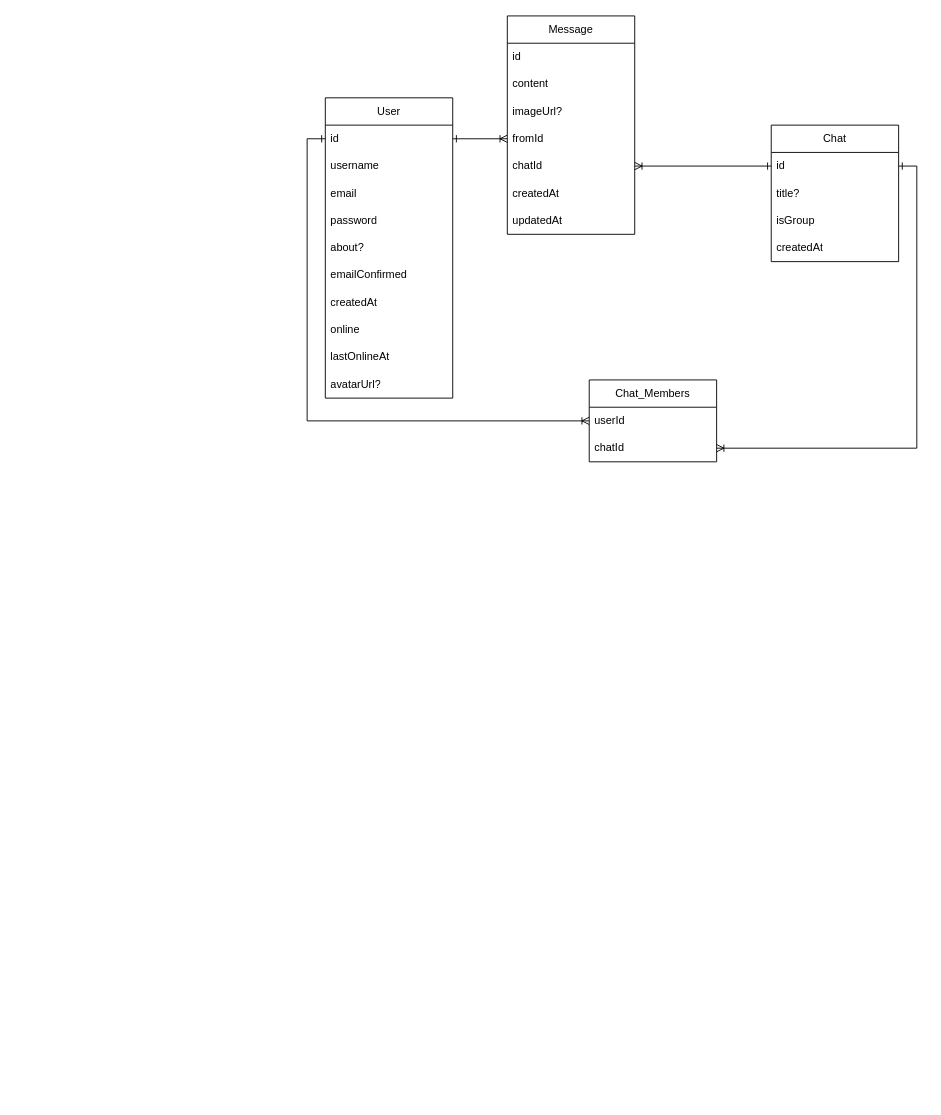
Above: DB_Diagram.drawio in SergeyBogomolovv/grekasgram (draw.io), before the change. Source tidied: cells renumbered, new cells numbered last; positions are measured from the earlier drawing's top-left corner, leaving out a move shared by most shapes. Both pictures are drawn from the tidied source at 91%, with x=0, y=0 at pixel (325, 15).
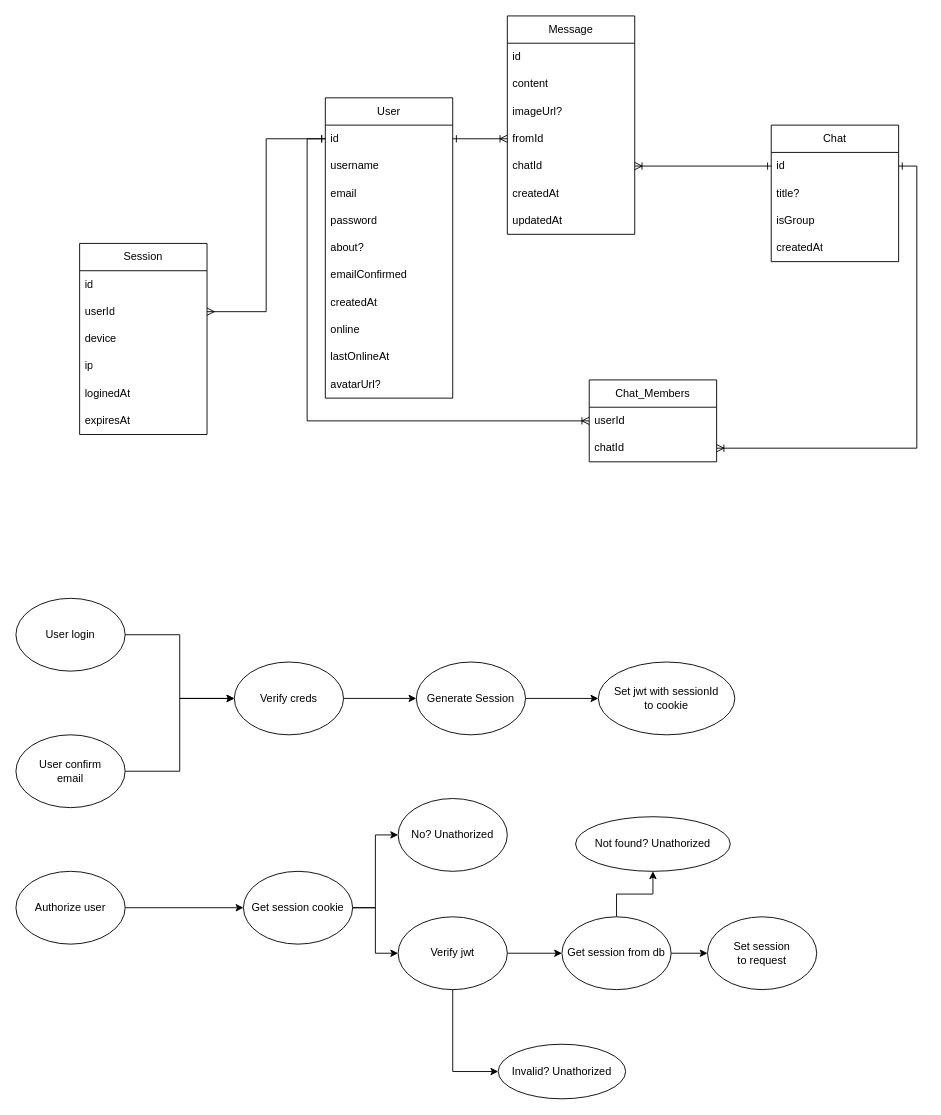
After the change.

The change refers to these unchanged cells:
```xml
<mxCell id="3" value="id" style="text;strokeColor=none;fillColor=none;align=left;verticalAlign=middle;spacingLeft=4;spacingRight=4;overflow=hidden;points=[[0,0.5],[1,0.5]];portConstraint=eastwest;whiteSpace=wrap;html=1;" parent="2" vertex="1">
  <mxGeometry y="30" width="140" height="30" as="geometry" />
</mxCell>
```

Change to the diagram source:
```diff
@@
+    <mxCell id="33" value="Session" style="swimlane;fontStyle=0;horizontal=1;startSize=30;whiteSpace=wrap;html=1;" parent="1" vertex="1">
+      <mxGeometry x="-270" y="250" width="140" height="210" as="geometry" />
+    </mxCell>
+    <mxCell id="34" value="id" style="text;strokeColor=none;fillColor=none;align=left;verticalAlign=middle;spacingLeft=4;spacingRight=4;overflow=hidden;whiteSpace=wrap;html=1;" parent="33" vertex="1">
+      <mxGeometry y="30" width="140" height="30" as="geometry" />
+    </mxCell>
+    <mxCell id="35" value="userId" style="text;strokeColor=none;fillColor=none;align=left;verticalAlign=middle;spacingLeft=4;spacingRight=4;overflow=hidden;points=[[0,0.5],[1,0.5]];portConstraint=eastwest;whiteSpace=wrap;html=1;" parent="33" vertex="1">
+      <mxGeometry y="60" width="140" height="30" as="geometry" />
+    </mxCell>
+    <mxCell id="36" value="device" style="text;strokeColor=none;fillColor=none;align=left;verticalAlign=middle;spacingLeft=4;spacingRight=4;overflow=hidden;whiteSpace=wrap;html=1;" parent="33" vertex="1">
+      <mxGeometry y="90" width="140" height="30" as="geometry" />
+    </mxCell>
+    <mxCell id="37" value="ip" style="text;strokeColor=none;fillColor=none;align=left;verticalAlign=middle;spacingLeft=4;spacingRight=4;overflow=hidden;whiteSpace=wrap;html=1;" parent="33" vertex="1">
+      <mxGeometry y="120" width="140" height="30" as="geometry" />
+    </mxCell>
+    <mxCell id="38" value="loginedAt" style="text;strokeColor=none;fillColor=none;align=left;verticalAlign=middle;spacingLeft=4;spacingRight=4;overflow=hidden;whiteSpace=wrap;html=1;" parent="33" vertex="1">
+      <mxGeometry y="150" width="140" height="30" as="geometry" />
+    </mxCell>
+    <mxCell id="39" value="expiresAt" style="text;strokeColor=none;fillColor=none;align=left;verticalAlign=middle;spacingLeft=4;spacingRight=4;overflow=hidden;whiteSpace=wrap;html=1;" parent="33" vertex="1">
+      <mxGeometry y="180" width="140" height="30" as="geometry" />
+    </mxCell>
+    <mxCell id="40" style="edgeStyle=orthogonalEdgeStyle;rounded=0;jettySize=auto;html=1;exitX=1;exitY=0.5;exitDx=0;exitDy=0;entryX=0;entryY=0.5;entryDx=0;entryDy=0;endArrow=ERone;endFill=0;startArrow=ERmany;startFill=0;" parent="1" edge="1" source="35" target="3">
+      <mxGeometry relative="1" as="geometry" />
+    </mxCell>
+    <mxCell id="41" style="edgeStyle=orthogonalEdgeStyle;rounded=0;jettySize=auto;html=1;exitX=1;exitY=0.5;exitDx=0;exitDy=0;entryX=0;entryY=0.5;entryDx=0;entryDy=0;" parent="1" edge="1" source="42" target="46">
+      <mxGeometry relative="1" as="geometry" />
+    </mxCell>
+    <mxCell id="42" value="User login" style="ellipse;whiteSpace=wrap;html=1;" parent="1" vertex="1">
+      <mxGeometry x="-340" y="640" width="120" height="80" as="geometry" />
+    </mxCell>
+    <mxCell id="43" style="edgeStyle=orthogonalEdgeStyle;rounded=0;jettySize=auto;html=1;exitX=1;exitY=0.5;exitDx=0;exitDy=0;entryX=0;entryY=0.5;entryDx=0;entryDy=0;" parent="1" edge="1" source="44" target="46">
+      <mxGeometry relative="1" as="geometry" />
+    </mxCell>
+    <mxCell id="44" value="User confirm&lt;br&gt;email" style="ellipse;whiteSpace=wrap;html=1;" parent="1" vertex="1">
+      <mxGeometry x="-340" y="790" width="120" height="80" as="geometry" />
+    </mxCell>
+    <mxCell id="45" style="edgeStyle=orthogonalEdgeStyle;rounded=0;jettySize=auto;html=1;exitX=1;exitY=0.5;exitDx=0;exitDy=0;entryX=0;entryY=0.5;entryDx=0;entryDy=0;" parent="1" edge="1" source="46" target="48">
+      <mxGeometry relative="1" as="geometry" />
+    </mxCell>
+    <mxCell id="46" value="Verify creds" style="ellipse;whiteSpace=wrap;html=1;" parent="1" vertex="1">
+      <mxGeometry x="-100" y="710" width="120" height="80" as="geometry" />
+    </mxCell>
+    <mxCell id="47" style="edgeStyle=orthogonalEdgeStyle;rounded=0;jettySize=auto;html=1;exitX=1;exitY=0.5;exitDx=0;exitDy=0;entryX=0;entryY=0.5;entryDx=0;entryDy=0;" parent="1" edge="1" source="48" target="49">
+      <mxGeometry relative="1" as="geometry" />
+    </mxCell>
+    <mxCell id="48" value="Generate Session" style="ellipse;whiteSpace=wrap;html=1;" parent="1" vertex="1">
+      <mxGeometry x="100" y="710" width="120" height="80" as="geometry" />
+    </mxCell>
+    <mxCell id="49" value="Set jwt with sessionId&lt;br&gt;to cookie" style="ellipse;whiteSpace=wrap;html=1;" parent="1" vertex="1">
+      <mxGeometry x="300" y="710" width="150" height="80" as="geometry" />
+    </mxCell>
+    <mxCell id="50" style="edgeStyle=orthogonalEdgeStyle;rounded=0;jettySize=auto;html=1;exitX=1;exitY=0.5;exitDx=0;exitDy=0;entryX=0;entryY=0.5;entryDx=0;entryDy=0;" parent="1" edge="1" source="51" target="54">
+      <mxGeometry relative="1" as="geometry" />
+    </mxCell>
+    <mxCell id="51" value="Authorize user" style="ellipse;whiteSpace=wrap;html=1;" parent="1" vertex="1">
+      <mxGeometry x="-340" y="940" width="120" height="80" as="geometry" />
+    </mxCell>
+    <mxCell id="52" style="edgeStyle=orthogonalEdgeStyle;rounded=0;jettySize=auto;html=1;exitX=1;exitY=0.5;exitDx=0;exitDy=0;entryX=0;entryY=0.5;entryDx=0;entryDy=0;" parent="1" edge="1" source="54" target="55">
+      <mxGeometry relative="1" as="geometry" />
+    </mxCell>
+    <mxCell id="53" style="edgeStyle=orthogonalEdgeStyle;rounded=0;jettySize=auto;html=1;exitX=1;exitY=0.5;exitDx=0;exitDy=0;entryX=0;entryY=0.5;entryDx=0;entryDy=0;" parent="1" edge="1" source="54" target="58">
+      <mxGeometry relative="1" as="geometry" />
+    </mxCell>
+    <mxCell id="54" value="Get session cookie" style="ellipse;whiteSpace=wrap;html=1;" parent="1" vertex="1">
+      <mxGeometry x="-90" y="940" width="120" height="80" as="geometry" />
+    </mxCell>
+    <mxCell id="55" value="No? Unathorized" style="ellipse;whiteSpace=wrap;html=1;" parent="1" vertex="1">
+      <mxGeometry x="80" y="860" width="120" height="80" as="geometry" />
+    </mxCell>
+    <mxCell id="56" style="edgeStyle=orthogonalEdgeStyle;rounded=0;jettySize=auto;html=1;exitX=1;exitY=0.5;exitDx=0;exitDy=0;entryX=0;entryY=0.5;entryDx=0;entryDy=0;" parent="1" edge="1" source="58" target="61">
+      <mxGeometry relative="1" as="geometry" />
+    </mxCell>
+    <mxCell id="57" style="edgeStyle=orthogonalEdgeStyle;rounded=0;jettySize=auto;html=1;exitX=0.5;exitY=1;exitDx=0;exitDy=0;entryX=0;entryY=0.5;entryDx=0;entryDy=0;" parent="1" edge="1" source="58" target="63">
+      <mxGeometry relative="1" as="geometry" />
+    </mxCell>
+    <mxCell id="58" value="Verify jwt" style="ellipse;whiteSpace=wrap;html=1;" parent="1" vertex="1">
+      <mxGeometry x="80" y="990" width="120" height="80" as="geometry" />
+    </mxCell>
+    <mxCell id="59" style="edgeStyle=orthogonalEdgeStyle;rounded=0;jettySize=auto;html=1;exitX=1;exitY=0.5;exitDx=0;exitDy=0;" parent="1" edge="1" source="61" target="62">
+      <mxGeometry relative="1" as="geometry" />
+    </mxCell>
+    <mxCell id="60" style="edgeStyle=orthogonalEdgeStyle;rounded=0;jettySize=auto;html=1;exitX=0.5;exitY=0;exitDx=0;exitDy=0;entryX=0.5;entryY=1;entryDx=0;entryDy=0;" parent="1" edge="1" source="61" target="64">
+      <mxGeometry relative="1" as="geometry" />
+    </mxCell>
+    <mxCell id="61" value="Get session from db" style="ellipse;whiteSpace=wrap;html=1;" parent="1" vertex="1">
+      <mxGeometry x="260" y="990" width="120" height="80" as="geometry" />
+    </mxCell>
+    <mxCell id="62" value="Set session&lt;br&gt;to request" style="ellipse;whiteSpace=wrap;html=1;" parent="1" vertex="1">
+      <mxGeometry x="420" y="990" width="120" height="80" as="geometry" />
+    </mxCell>
+    <mxCell id="63" value="Invalid? Unathorized" style="ellipse;whiteSpace=wrap;html=1;" parent="1" vertex="1">
+      <mxGeometry x="190" y="1130" width="140" height="60" as="geometry" />
+    </mxCell>
+    <mxCell id="64" value="Not found? Unathorized" style="ellipse;whiteSpace=wrap;html=1;" parent="1" vertex="1">
+      <mxGeometry x="275" y="880" width="170" height="60" as="geometry" />
+    </mxCell>
```
